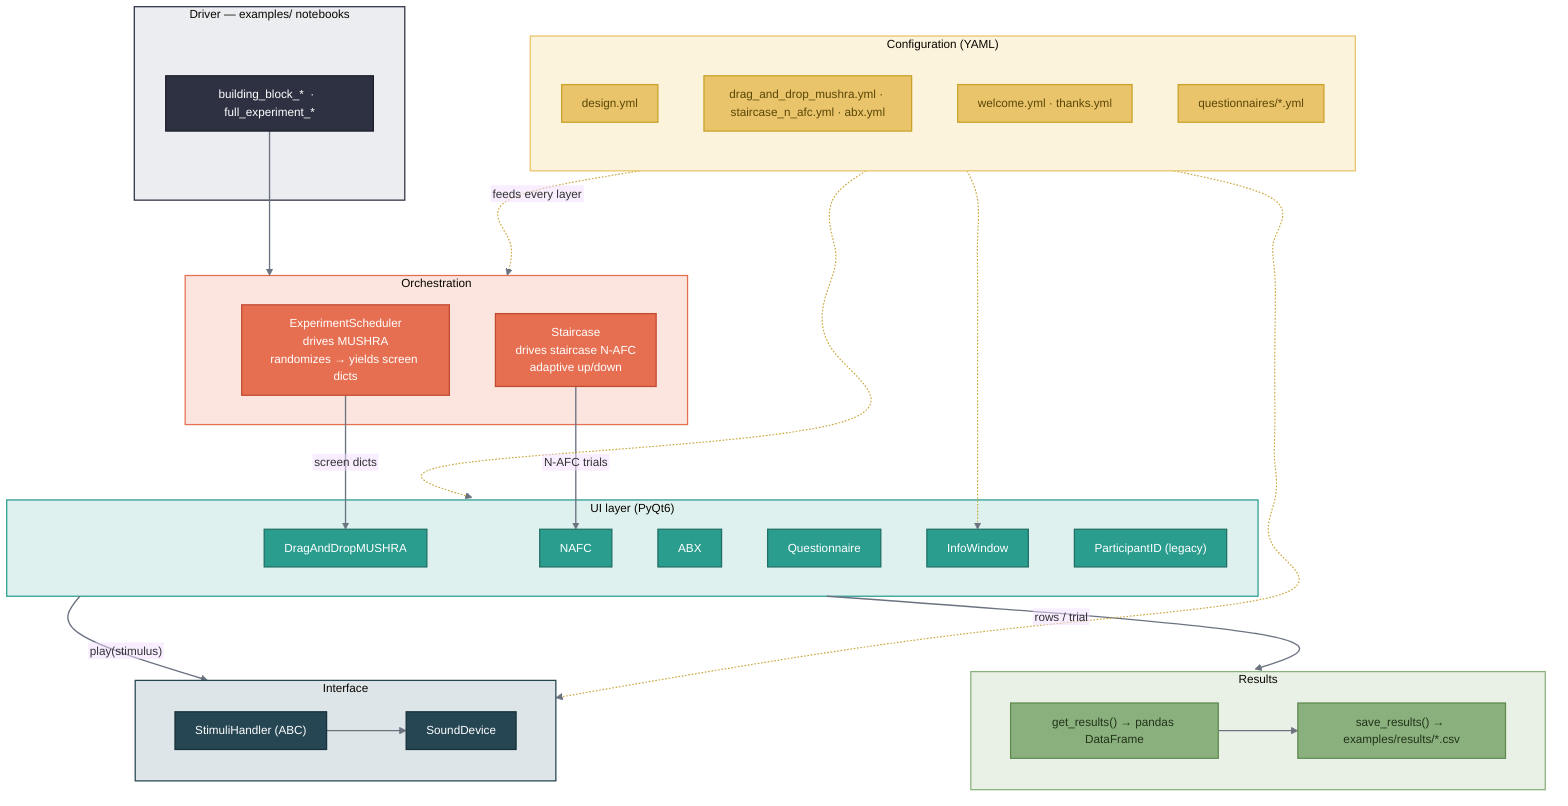
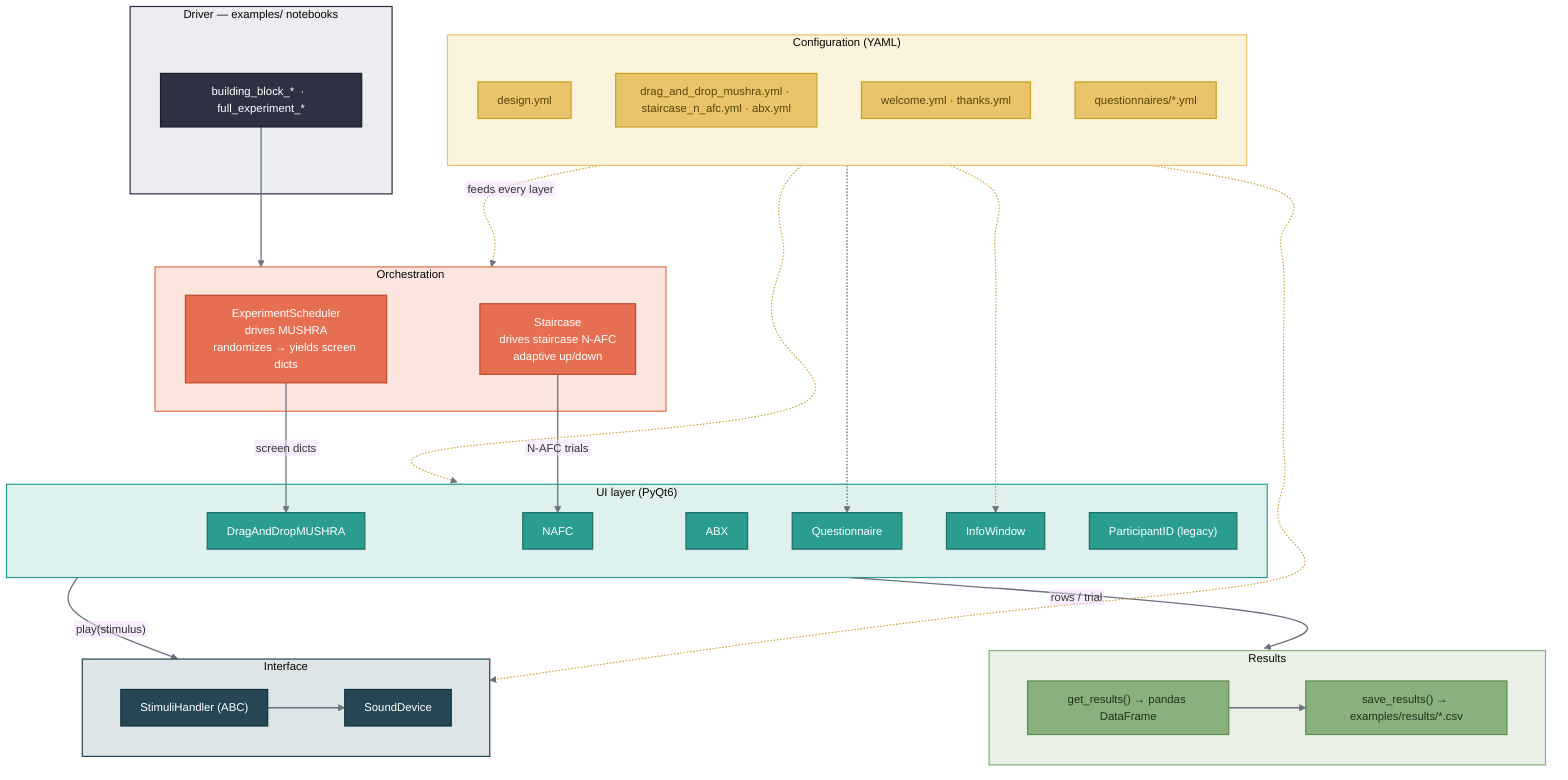
%% whispy architecture — paste into https://mermaid.live to export PNG/SVG
%%{init: {"theme":"base","fontFamily":"Arial","themeVariables":{"fontFamily":"Arial","fontSize":"14px","lineColor":"#6b7280"},"flowchart":{"curve":"natural","nodeSpacing":55,"rankSpacing":70,"padding":12,"htmlLabels":false,"useMaxWidth":true}}}%%

flowchart TB
    subgraph DRV["Driver — examples/ notebooks"]
        NB["building_block_*  ·  full_experiment_*"]
    end

    subgraph CFG["Configuration (YAML)"]
        direction TB
        C1["design.yml"]
        C2["drag_and_drop_mushra.yml · staircase_n_afc.yml · abx.yml"]
        C3["welcome.yml · thanks.yml"]
        C4["questionnaires/*.yml"]
    end

    subgraph ORCH["Orchestration"]
        SCH["ExperimentScheduler<br/>drives MUSHRA<br/>randomizes → yields screen dicts"]
        STC["Staircase<br/>drives staircase N-AFC<br/>adaptive up/down"]
    end

    subgraph UI["UI layer (PyQt6)"]
        MU["DragAndDropMUSHRA"]
        NA["NAFC"]
        AB["ABX"]
        QU["Questionnaire"]
        IN["InfoWindow"]
        PI["ParticipantID (legacy)"]
    end

    subgraph AUD["Interface"]
        SH["StimuliHandler (ABC)"]
        SD["SoundDevice"]
    end

    subgraph RES["Results"]
        GR["get_results() → pandas DataFrame"]
        SR["save_results() → examples/results/*.csv"]
    end

    NB --> ORCH
    SCH -->|screen dicts| MU
    STC -->|N-AFC trials| NA
    UI -->|"play(stimulus)"| AUD
    SH --> SD
    UI -->|rows / trial| RES
    GR --> SR

    CFG -. feeds every layer .-> ORCH
    CFG -.-> UI
    CFG -.-> AUD
    C3 -.-> IN
+     C4 -.-> QU

    classDef cfg fill:#E9C46A,stroke:#C9A227,stroke-width:1.5px,color:#5a4708;
    classDef orch fill:#E76F51,stroke:#c0492f,stroke-width:1.5px,color:#fff;
    classDef ui fill:#2A9D8F,stroke:#1f6f64,stroke-width:1.5px,color:#fff;
    classDef aud fill:#264653,stroke:#16303a,stroke-width:1.5px,color:#fff;
    classDef res fill:#8AB17D,stroke:#5e8a4f,stroke-width:1.5px,color:#22331b;
    classDef drv fill:#2D3142,stroke:#1b1d28,stroke-width:1.5px,color:#fff;
    class C1,C2,C3,C4 cfg;
    class SCH,STC orch;
    class MU,NA,AB,QU,IN,PI ui;
    class SH,SD aud;
    class GR,SR res;
    class NB drv;

    %% soft per-cluster background tints (a light wash of each group's colour)
    style DRV fill:#ECEDF1,stroke:#2D3142,stroke-width:1.5px,color:#2D3142;
    style CFG fill:#FBF3DC,stroke:#E9C46A,stroke-width:1.5px,color:#5a4708;
    style ORCH fill:#FBE5DE,stroke:#E76F51,stroke-width:1.5px,color:#7a2e1c;
    style UI fill:#DEF1EE,stroke:#2A9D8F,stroke-width:1.5px,color:#1f6f64;
    style AUD fill:#DEE5E8,stroke:#264653,stroke-width:1.5px,color:#264653;
    style RES fill:#E9F0E5,stroke:#8AB17D,stroke-width:1.5px,color:#3f5a33;

    %% edges: data flow in grey, the dotted config feeds in soft gold
    linkStyle default stroke:#6b7280,stroke-width:1.6px;
    linkStyle 7,8,9,10 stroke:#caa83f,stroke-width:1.4px;
